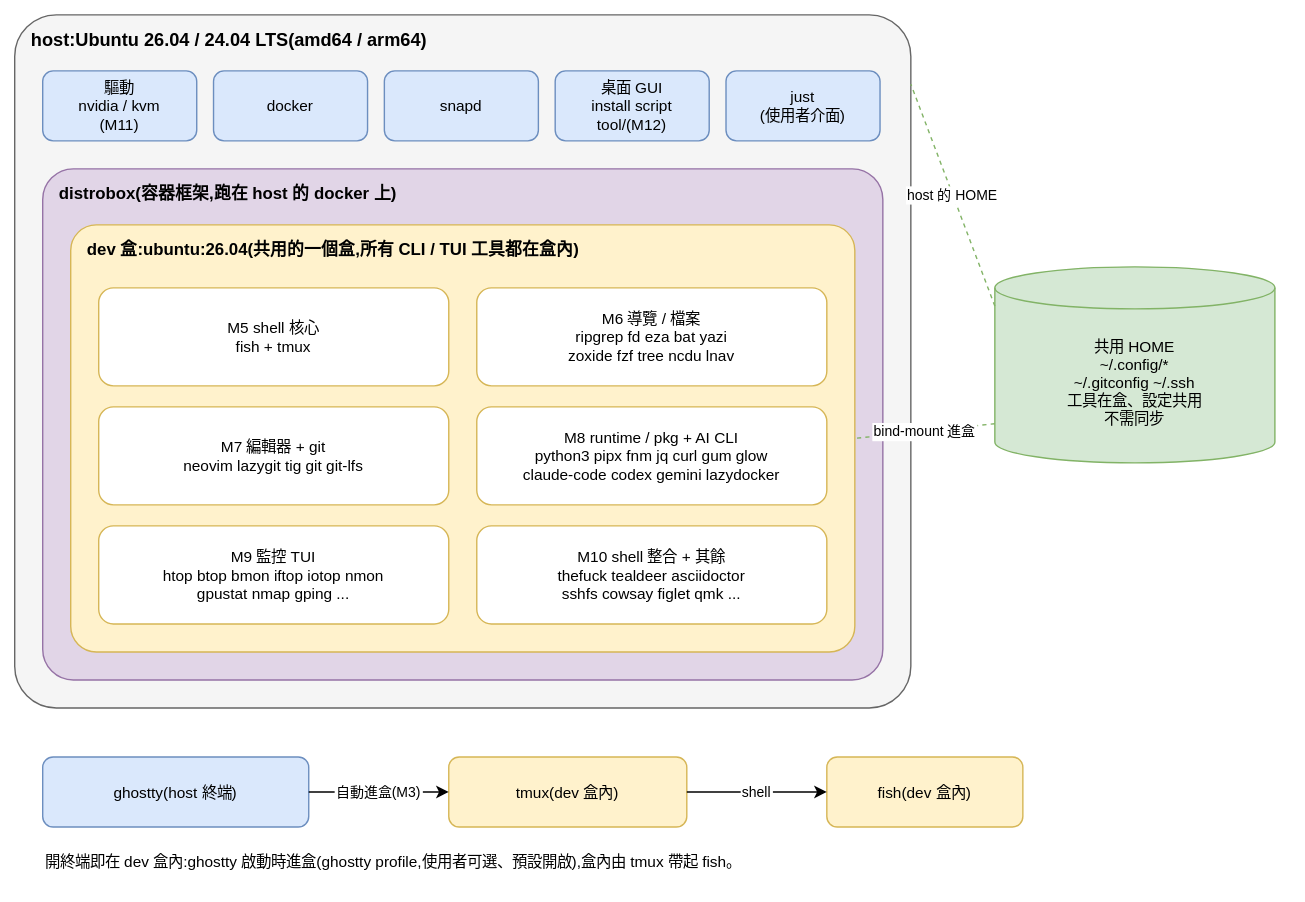
This is doc/diagram/architecture.drawio.svg from ycpss91255/worktool, a draw.io export, as it was before one commit. Source tidied: cells renumbered, new cells last; positions are measured from the earlier drawing's top-left corner, leaving out a move shared by most shapes. The source it was exported from:
```xml
<mxGraphModel>
  <root>
    <mxCell id="0" />
    <mxCell id="1" parent="0" />
    <mxCell id="2" value="host:Ubuntu 26.04 / 24.04 LTS(amd64 / arm64)" style="rounded=1;arcSize=6;verticalAlign=top;align=left;spacingLeft=10;spacingTop=4;fillColor=#f5f5f5;strokeColor=#666666;fontStyle=1;fontSize=13;" parent="1" vertex="1">
      <mxGeometry width="640" height="495" as="geometry" />
    </mxCell>
    <mxCell id="3" value="驅動&#10;nvidia / kvm&#10;(M11)" style="rounded=1;fillColor=#dae8fc;strokeColor=#6c8ebf;fontSize=11;" parent="1" vertex="1">
      <mxGeometry x="20" y="40" width="110" height="50" as="geometry" />
    </mxCell>
    <mxCell id="4" value="docker" style="rounded=1;fillColor=#dae8fc;strokeColor=#6c8ebf;fontSize=11;" parent="1" vertex="1">
      <mxGeometry x="142" y="40" width="110" height="50" as="geometry" />
    </mxCell>
    <mxCell id="5" value="snapd" style="rounded=1;fillColor=#dae8fc;strokeColor=#6c8ebf;fontSize=11;" parent="1" vertex="1">
      <mxGeometry x="264" y="40" width="110" height="50" as="geometry" />
    </mxCell>
    <mxCell id="6" value="桌面 GUI&#10;install script&#10;tool/(M12)" style="rounded=1;fillColor=#dae8fc;strokeColor=#6c8ebf;fontSize=11;" parent="1" vertex="1">
      <mxGeometry x="386" y="40" width="110" height="50" as="geometry" />
    </mxCell>
    <mxCell id="7" value="just&#10;(使用者介面)" style="rounded=1;fillColor=#dae8fc;strokeColor=#6c8ebf;fontSize=11;" parent="1" vertex="1">
      <mxGeometry x="508" y="40" width="110" height="50" as="geometry" />
    </mxCell>
    <mxCell id="8" value="distrobox(容器框架,跑在 host 的 docker 上)" style="rounded=1;arcSize=6;verticalAlign=top;align=left;spacingLeft=10;spacingTop=4;fillColor=#e1d5e7;strokeColor=#9673a6;fontStyle=1;fontSize=12;" parent="1" vertex="1">
      <mxGeometry x="20" y="110" width="600" height="365" as="geometry" />
    </mxCell>
    <mxCell id="9" value="dev 盒:ubuntu:26.04(共用的一個盒,所有 CLI / TUI 工具都在盒內)" style="rounded=1;arcSize=6;verticalAlign=top;align=left;spacingLeft=10;spacingTop=4;fillColor=#fff2cc;strokeColor=#d6b656;fontStyle=1;fontSize=12;" parent="1" vertex="1">
      <mxGeometry x="40" y="150" width="560" height="305" as="geometry" />
    </mxCell>
    <mxCell id="10" value="M5 shell 核心&#10;fish + tmux" style="rounded=1;fillColor=#ffffff;strokeColor=#d6b656;fontSize=11;" parent="1" vertex="1">
      <mxGeometry x="60" y="195" width="250" height="70" as="geometry" />
    </mxCell>
    <mxCell id="11" value="M6 導覽 / 檔案&#10;ripgrep fd eza bat yazi&#10;zoxide fzf tree ncdu lnav" style="rounded=1;fillColor=#ffffff;strokeColor=#d6b656;fontSize=11;" parent="1" vertex="1">
      <mxGeometry x="330" y="195" width="250" height="70" as="geometry" />
    </mxCell>
    <mxCell id="12" value="M7 編輯器 + git&#10;neovim lazygit tig git git-lfs" style="rounded=1;fillColor=#ffffff;strokeColor=#d6b656;fontSize=11;" parent="1" vertex="1">
      <mxGeometry x="60" y="280" width="250" height="70" as="geometry" />
    </mxCell>
    <mxCell id="13" value="M8 runtime / pkg + AI CLI&#10;python3 pipx fnm jq curl gum glow&#10;claude-code codex gemini lazydocker" style="rounded=1;fillColor=#ffffff;strokeColor=#d6b656;fontSize=11;" parent="1" vertex="1">
      <mxGeometry x="330" y="280" width="250" height="70" as="geometry" />
    </mxCell>
    <mxCell id="14" value="M9 監控 TUI&#10;htop btop bmon iftop iotop nmon&#10;gpustat nmap gping ..." style="rounded=1;fillColor=#ffffff;strokeColor=#d6b656;fontSize=11;" parent="1" vertex="1">
      <mxGeometry x="60" y="365" width="250" height="70" as="geometry" />
    </mxCell>
    <mxCell id="15" value="M10 shell 整合 + 其餘&#10;thefuck tealdeer asciidoctor&#10;sshfs cowsay figlet qmk ..." style="rounded=1;fillColor=#ffffff;strokeColor=#d6b656;fontSize=11;" parent="1" vertex="1">
      <mxGeometry x="330" y="365" width="250" height="70" as="geometry" />
    </mxCell>
    <mxCell id="16" value="共用 HOME&#10;~/.config/*&#10;~/.gitconfig ~/.ssh&#10;工具在盒、設定共用&#10;不需同步" style="shape=cylinder3;boundedLbl=1;backgroundOutline=1;size=15;fillColor=#d5e8d4;strokeColor=#82b366;fontSize=11;" parent="1" vertex="1">
      <mxGeometry x="700" y="180" width="200" height="140" as="geometry" />
    </mxCell>
    <mxCell id="17" value="host 的 HOME" style="dashed=1;endArrow=none;startArrow=none;fontSize=10;exitX=0;exitY=0.2;exitDx=0;exitDy=0;entryX=1;entryY=0.1;entryDx=0;entryDy=0;strokeColor=#82b366;" parent="1" edge="1" source="16" target="2">
      <mxGeometry relative="1" as="geometry" />
    </mxCell>
    <mxCell id="18" value="bind-mount 進盒" style="dashed=1;endArrow=none;startArrow=none;fontSize=10;exitX=0;exitY=0.8;exitDx=0;exitDy=0;entryX=1;entryY=0.5;entryDx=0;entryDy=0;strokeColor=#82b366;" parent="1" edge="1" source="16" target="9">
      <mxGeometry relative="1" as="geometry" />
    </mxCell>
    <mxCell id="19" value="ghostty(host 終端)" style="rounded=1;fillColor=#dae8fc;strokeColor=#6c8ebf;fontSize=11;" parent="1" vertex="1">
      <mxGeometry x="20" y="530" width="190" height="50" as="geometry" />
    </mxCell>
    <mxCell id="20" value="tmux(dev 盒內)" style="rounded=1;fillColor=#fff2cc;strokeColor=#d6b656;fontSize=11;" parent="1" vertex="1">
      <mxGeometry x="310" y="530" width="170" height="50" as="geometry" />
    </mxCell>
    <mxCell id="21" value="fish(dev 盒內)" style="rounded=1;fillColor=#fff2cc;strokeColor=#d6b656;fontSize=11;" parent="1" vertex="1">
      <mxGeometry x="580" y="530" width="140" height="50" as="geometry" />
    </mxCell>
    <mxCell id="22" value="自動進盒(M3)" style="endArrow=classic;fontSize=10;" parent="1" edge="1" source="19" target="20">
      <mxGeometry relative="1" as="geometry" />
    </mxCell>
    <mxCell id="23" value="shell" style="endArrow=classic;fontSize=10;" parent="1" edge="1" source="20" target="21">
      <mxGeometry relative="1" as="geometry" />
    </mxCell>
    <mxCell id="24" value="開終端即在 dev 盒內:ghostty 啟動時進盒(ghostty profile,使用者可選、預設開啟),盒內由 tmux 帶起 fish。" style="text;align=left;verticalAlign=top;fontSize=11;" parent="1" vertex="1">
      <mxGeometry x="20" y="592" width="700" height="20" as="geometry" />
    </mxCell>
  </root>
</mxGraphModel>
```
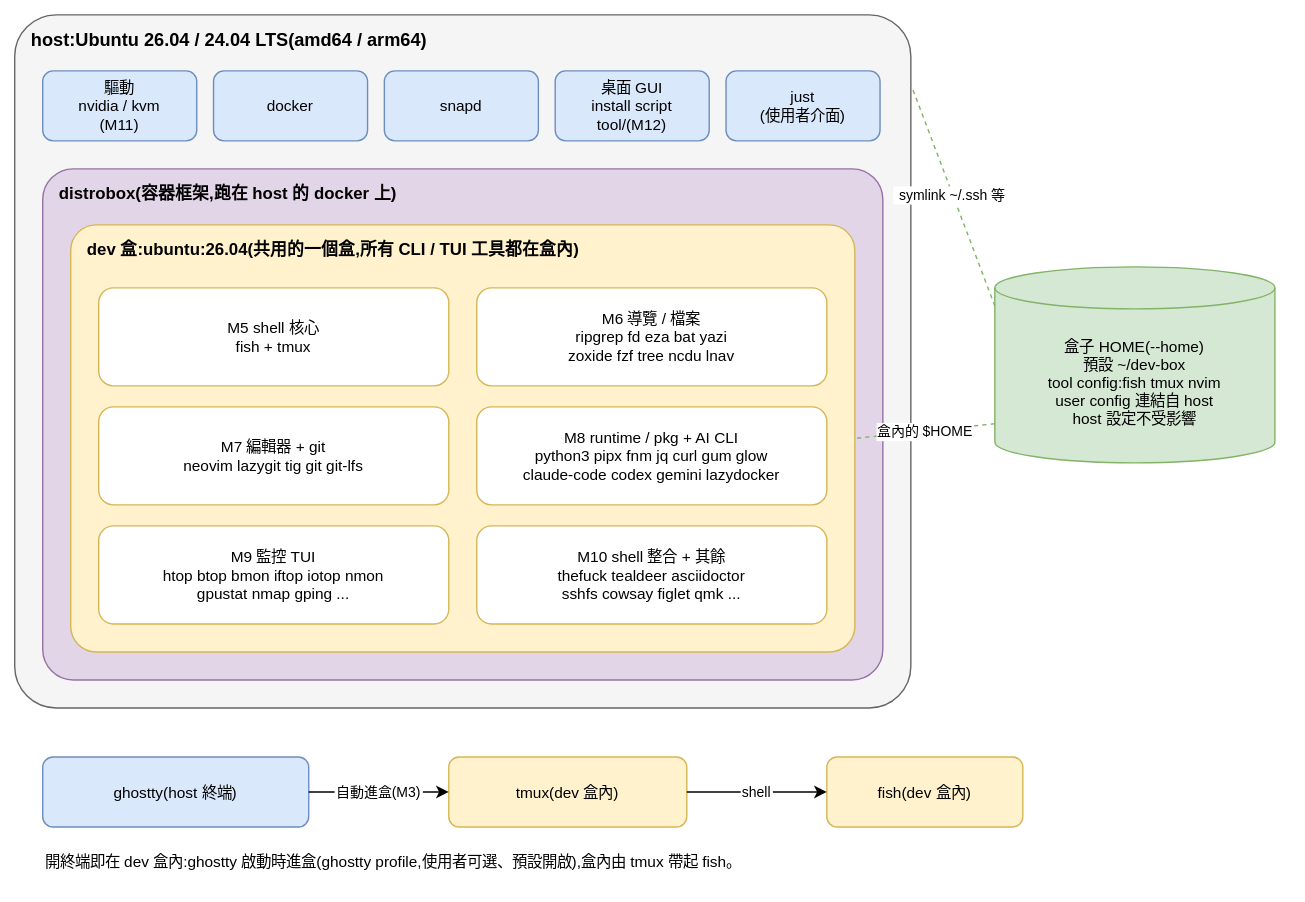
The same diagram one commit later.

Commit message:
fix(adr): update architecture diagram and mark unbuilt interfaces in ADR 0002 (codex round 1)

What changed in the source:
```diff
@@ -44,13 +44,13 @@
     <mxCell id="15" value="M10 shell 整合 + 其餘&#10;thefuck tealdeer asciidoctor&#10;sshfs cowsay figlet qmk ..." style="rounded=1;fillColor=#ffffff;strokeColor=#d6b656;fontSize=11;" parent="1" vertex="1">
       <mxGeometry x="330" y="365" width="250" height="70" as="geometry" />
     </mxCell>
-    <mxCell id="16" value="共用 HOME&#10;~/.config/*&#10;~/.gitconfig ~/.ssh&#10;工具在盒、設定共用&#10;不需同步" style="shape=cylinder3;boundedLbl=1;backgroundOutline=1;size=15;fillColor=#d5e8d4;strokeColor=#82b366;fontSize=11;" parent="1" vertex="1">
+    <mxCell id="16" value="盒子 HOME(--home)&#10;預設 ~/dev-box&#10;tool config:fish tmux nvim&#10;user config 連結自 host&#10;host 設定不受影響" style="shape=cylinder3;boundedLbl=1;backgroundOutline=1;size=15;fillColor=#d5e8d4;strokeColor=#82b366;fontSize=11;" parent="1" vertex="1">
       <mxGeometry x="700" y="180" width="200" height="140" as="geometry" />
     </mxCell>
-    <mxCell id="17" value="host 的 HOME" style="dashed=1;endArrow=none;startArrow=none;fontSize=10;exitX=0;exitY=0.2;exitDx=0;exitDy=0;entryX=1;entryY=0.1;entryDx=0;entryDy=0;strokeColor=#82b366;" parent="1" edge="1" source="16" target="2">
+    <mxCell id="17" value="symlink ~/.ssh 等" style="dashed=1;endArrow=none;startArrow=none;fontSize=10;exitX=0;exitY=0.2;exitDx=0;exitDy=0;entryX=1;entryY=0.1;entryDx=0;entryDy=0;strokeColor=#82b366;" parent="1" edge="1" source="16" target="2">
       <mxGeometry relative="1" as="geometry" />
     </mxCell>
-    <mxCell id="18" value="bind-mount 進盒" style="dashed=1;endArrow=none;startArrow=none;fontSize=10;exitX=0;exitY=0.8;exitDx=0;exitDy=0;entryX=1;entryY=0.5;entryDx=0;entryDy=0;strokeColor=#82b366;" parent="1" edge="1" source="16" target="9">
+    <mxCell id="18" value="盒內的 $HOME" style="dashed=1;endArrow=none;startArrow=none;fontSize=10;exitX=0;exitY=0.8;exitDx=0;exitDy=0;entryX=1;entryY=0.5;entryDx=0;entryDy=0;strokeColor=#82b366;" parent="1" edge="1" source="16" target="9">
       <mxGeometry relative="1" as="geometry" />
     </mxCell>
     <mxCell id="19" value="ghostty(host 終端)" style="rounded=1;fillColor=#dae8fc;strokeColor=#6c8ebf;fontSize=11;" parent="1" vertex="1">
```
